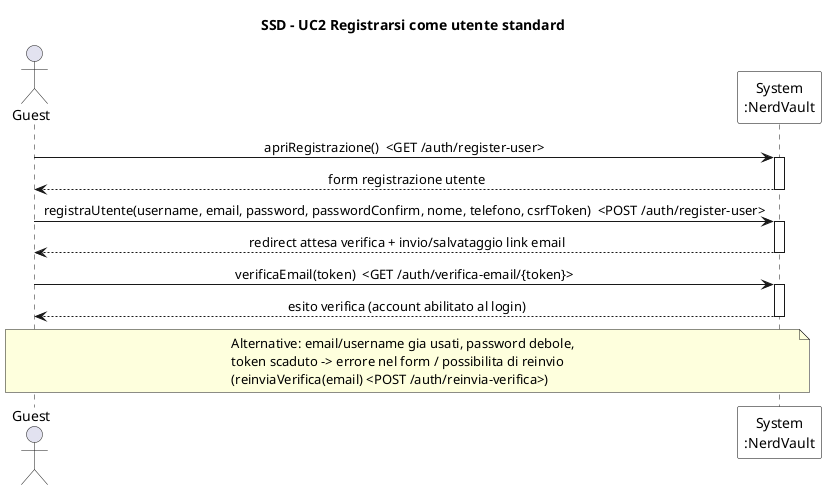
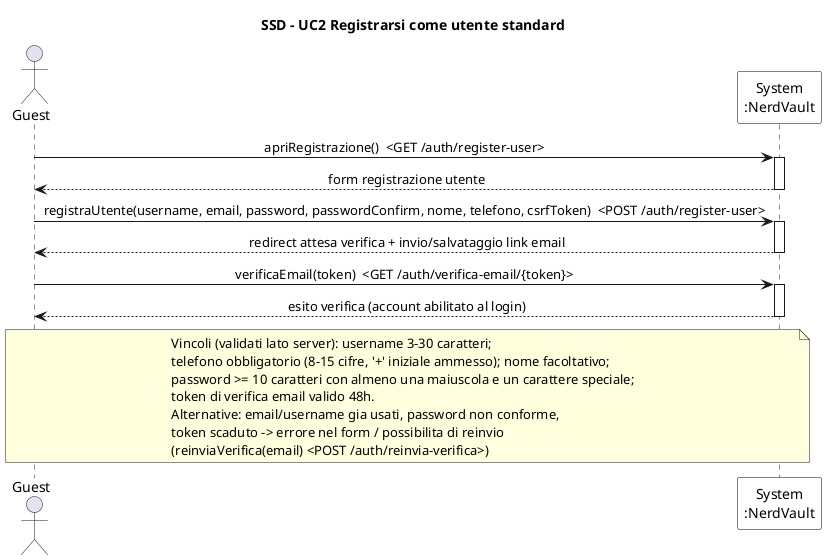
@startuml SSD_UC2_RegistrazioneUtente
' System Sequence Diagram - UC2 Registrarsi come utente standard
title SSD - UC2 Registrarsi come utente standard

skinparam sequenceMessageAlign center
skinparam participant {
  BorderColor black
  BackgroundColor white
}

actor "Guest" as U
participant "System\n:NerdVault" as S

U -> S : apriRegistrazione()  <GET /auth/register-user>
activate S
S --> U : form registrazione utente
deactivate S

U -> S : registraUtente(username, email, password, passwordConfirm, nome, telefono, csrfToken)  <POST /auth/register-user>
activate S
S --> U : redirect attesa verifica + invio/salvataggio link email
deactivate S

U -> S : verificaEmail(token)  <GET /auth/verifica-email/{token}>
activate S
S --> U : esito verifica (account abilitato al login)
deactivate S

note over U, S
-   Alternative: email/username gia usati, password debole,
+   Vincoli (validati lato server): username 3-30 caratteri;
+   telefono obbligatorio (8-15 cifre, '+' iniziale ammesso); nome facoltativo;
+   password >= 10 caratteri con almeno una maiuscola e un carattere speciale;
+   token di verifica email valido 48h.
+   Alternative: email/username gia usati, password non conforme,
  token scaduto -> errore nel form / possibilita di reinvio
  (reinviaVerifica(email) <POST /auth/reinvia-verifica>)
end note
@enduml
